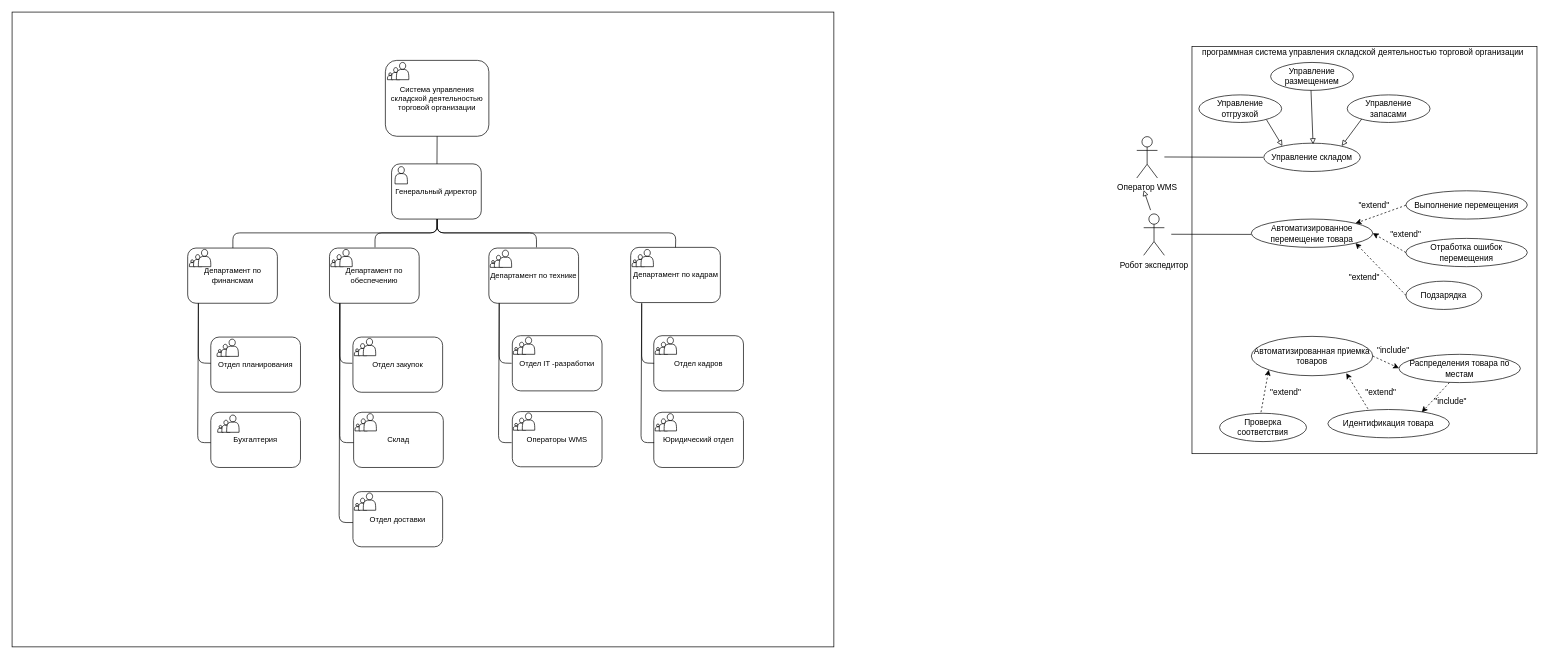
Before: Диаграммы для ПР3.drawio in tlt15/obosnovanie-i-razrabotca-trebovaniy-k-programnim-sistemam, a draw.io diagram. Source tidied: cells renumbered, new cells numbered last; positions are measured from the earlier drawing's top-left corner, leaving out a move shared by most shapes. Both pictures are drawn from the tidied source at 69%, with x=0, y=0 at pixel (12, 12).
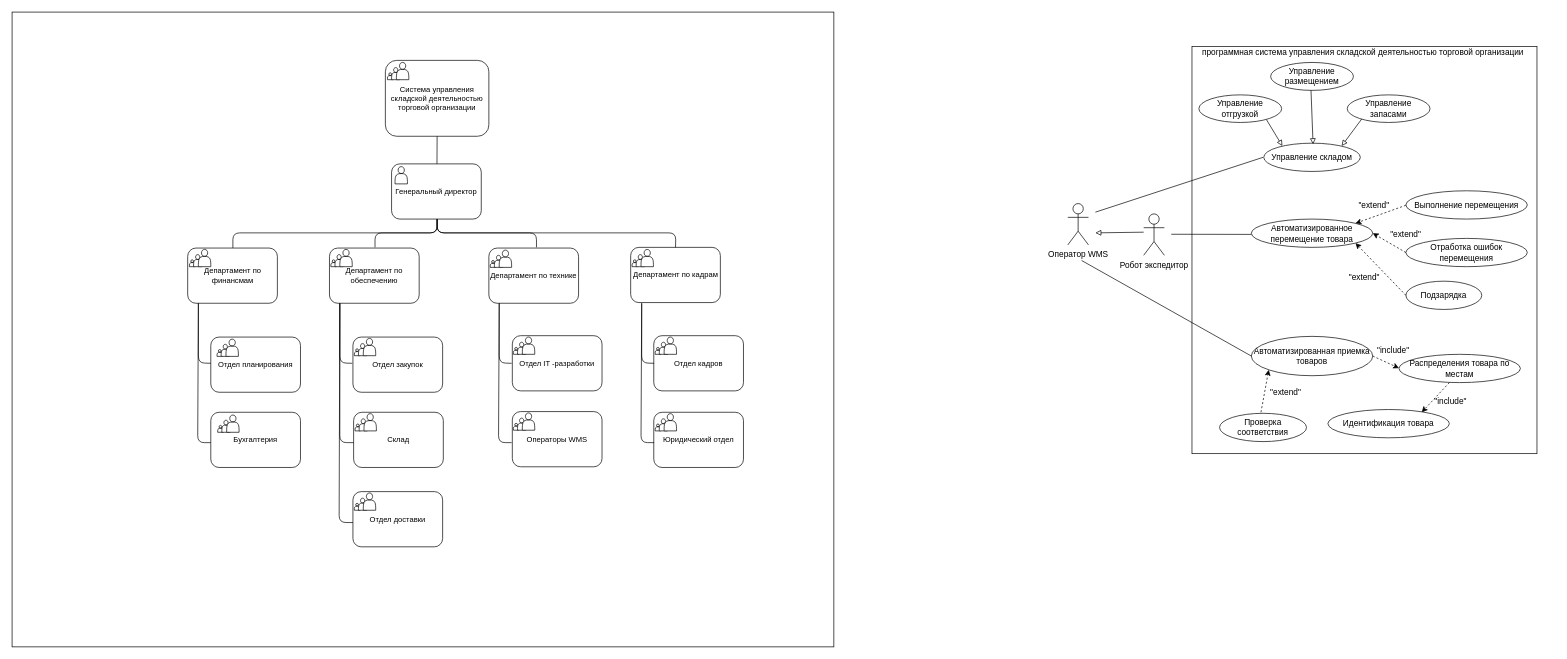
The same diagram, later.

The change refers to these unchanged cells:
```xml
<mxCell id="88" value="Автоматизированная приемка товаров" style="ellipse;whiteSpace=wrap;html=1;" parent="1" vertex="1">
  <mxGeometry x="1796" y="470" width="176" height="57" as="geometry" />
</mxCell>
```

What changed in the source:
```diff
@@
     <mxCell id="76" value="Оператор WMS" style="shape=umlActor;verticalLabelPosition=bottom;verticalAlign=top;html=1;" parent="1" vertex="1">
-      <mxGeometry x="1630" y="180.5" width="30" height="60" as="geometry" />
+      <mxGeometry x="1530" y="277.5" width="30" height="60" as="geometry" />
     </mxCell>
@@
     <mxCell id="85" style="endArrow=none;html=1;rounded=0;entryX=0.092;entryY=0.812;entryDx=0;entryDy=0;entryPerimeter=0;" parent="1" edge="1">
       <mxGeometry relative="1" as="geometry">
-        <mxPoint x="1670" y="210" as="sourcePoint" />
+        <mxPoint x="1570" y="290" as="sourcePoint" />
         <mxPoint x="1813" y="210.5" as="targetPoint" />
       </mxGeometry>
     </mxCell>
@@
     <mxCell id="97" style="endArrow=block;html=1;rounded=0;endFill=0;" parent="1" edge="1">
       <mxGeometry relative="1" as="geometry">
-        <mxPoint x="1650" y="287" as="sourcePoint" />
-        <mxPoint x="1640" y="258" as="targetPoint" />
+        <mxPoint x="1640" y="319" as="sourcePoint" />
+        <mxPoint x="1570" y="320" as="targetPoint" />
       </mxGeometry>
     </mxCell>
@@
-    <mxCell id="106" style="endArrow=classic;html=1;rounded=0;dashed=1;entryX=0.782;entryY=0.936;entryDx=0;entryDy=0;entryPerimeter=0;" parent="1" edge="1" target="88">
-      <mxGeometry relative="1" as="geometry">
-        <mxPoint x="1965" y="575" as="sourcePoint" />
-      </mxGeometry>
-    </mxCell>
-    <mxCell id="107" value="&quot;extend&quot;" style="text;html=1;align=center;verticalAlign=middle;whiteSpace=wrap;rounded=0;" parent="1" vertex="1">
-      <mxGeometry x="1954" y="537" width="60" height="30" as="geometry" />
-    </mxCell>
@@
+    <mxCell id="111" style="endArrow=none;html=1;rounded=0;entryX=0;entryY=0.5;entryDx=0;entryDy=0;" parent="1" edge="1" target="88">
+      <mxGeometry relative="1" as="geometry">
+        <mxPoint x="1550" y="360" as="sourcePoint" />
+      </mxGeometry>
+    </mxCell>
```
